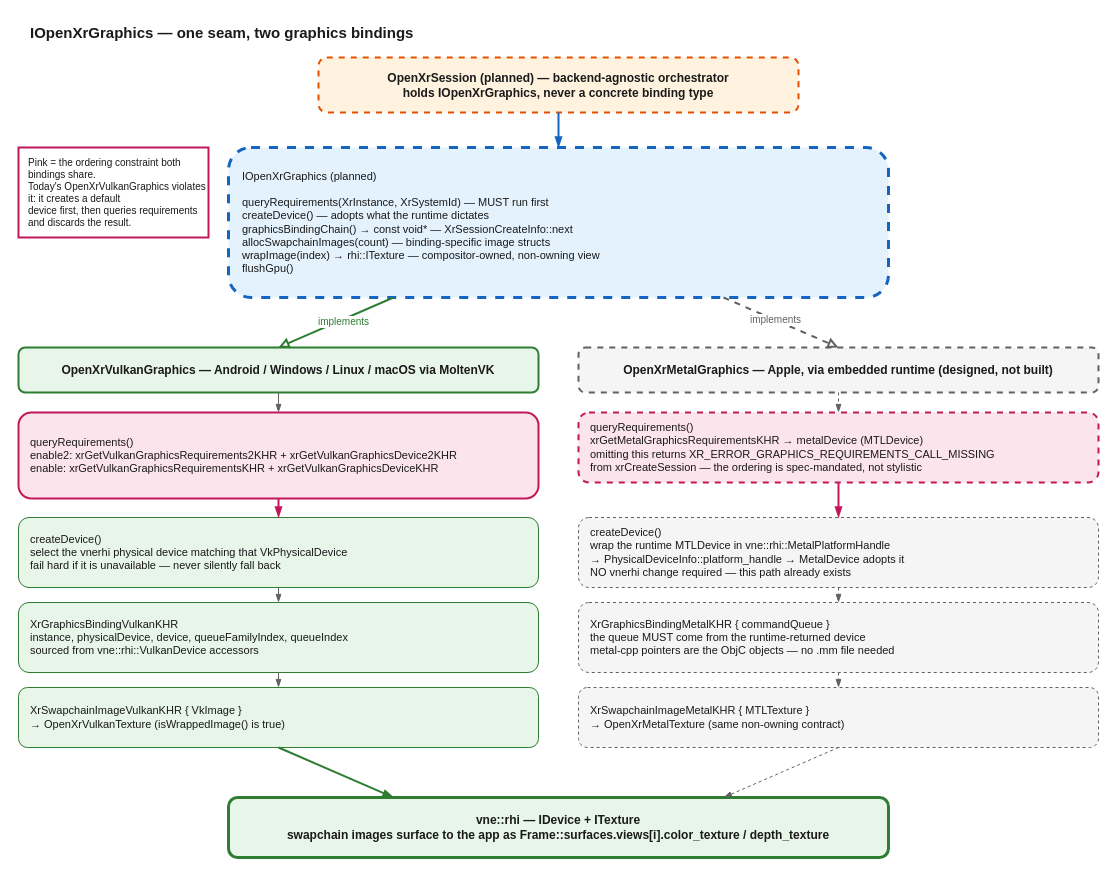
The draw.io diagram docs/vertexnova/xr/diagrams/openxr_graphics_binding.drawio in vertexnova/vnexr, before the edit. Source tidied: cells renumbered, new cells numbered last; positions are measured from the earlier drawing's top-left corner, leaving out a move shared by most shapes. Both pictures are drawn from the tidied source at 100%, with x=0, y=0 at pixel (18, 17).
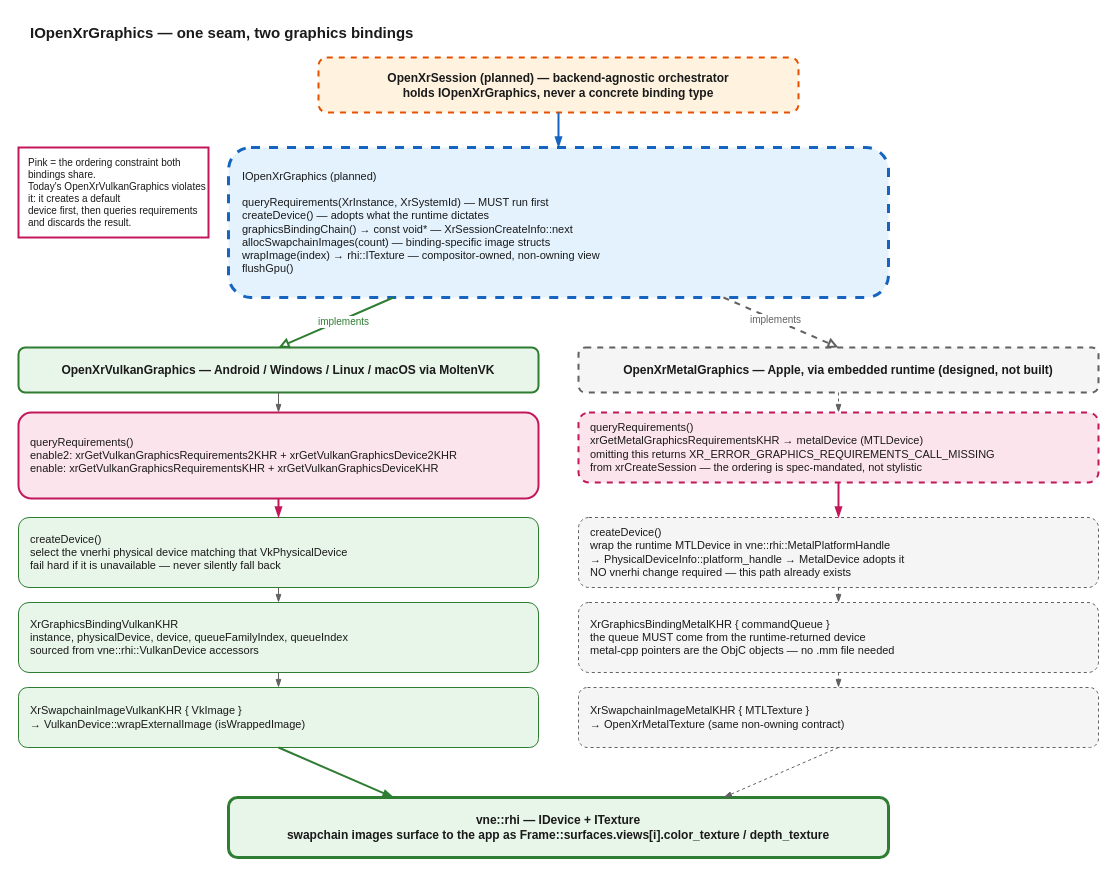
Above is the later version.

Change to the diagram source:
```diff
@@
-    <mxCell id="9" value="XrSwapchainImageVulkanKHR { VkImage }&#10;→ OpenXrVulkanTexture (isWrappedImage() is true)" style="rounded=1;whiteSpace=wrap;html=1;fillColor=#e8f5e9;strokeColor=#2e7d32;fontSize=11;align=left;spacingLeft=10;fontColor=#1a1a1a;" parent="1" vertex="1">
+    <mxCell id="9" value="XrSwapchainImageVulkanKHR { VkImage }&#10;→ VulkanDevice::wrapExternalImage (isWrappedImage)" style="rounded=1;whiteSpace=wrap;html=1;fillColor=#e8f5e9;strokeColor=#2e7d32;fontSize=11;align=left;spacingLeft=10;fontColor=#1a1a1a;" parent="1" vertex="1">
       <mxGeometry y="670" width="520" height="60" as="geometry" />
     </mxCell>
```
